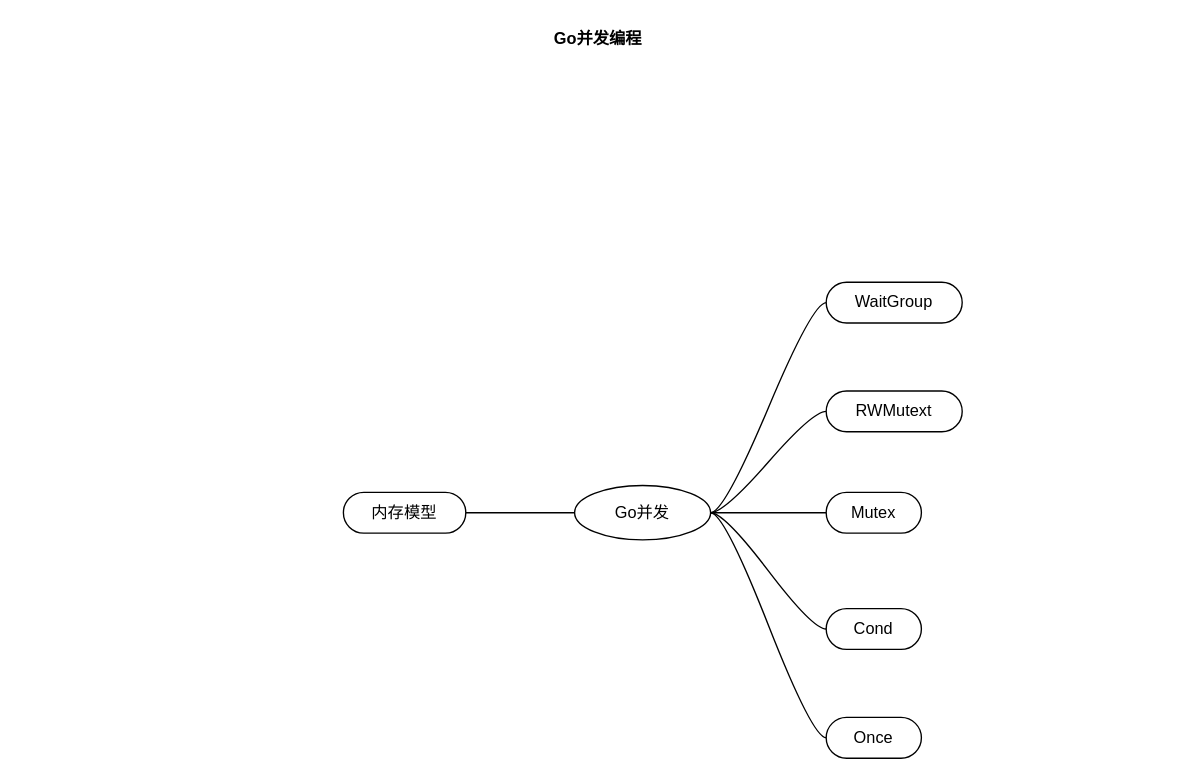
The draw.io diagram golang/go并发.drawio in zhovdawei/draw, before the edit. Source tidied: cells renumbered, new cells numbered last; positions are measured from the earlier drawing's top-left corner, leaving out a move shared by most shapes. Both pictures are drawn from the tidied source at 136%, with x=0, y=0 at pixel (23, 23).
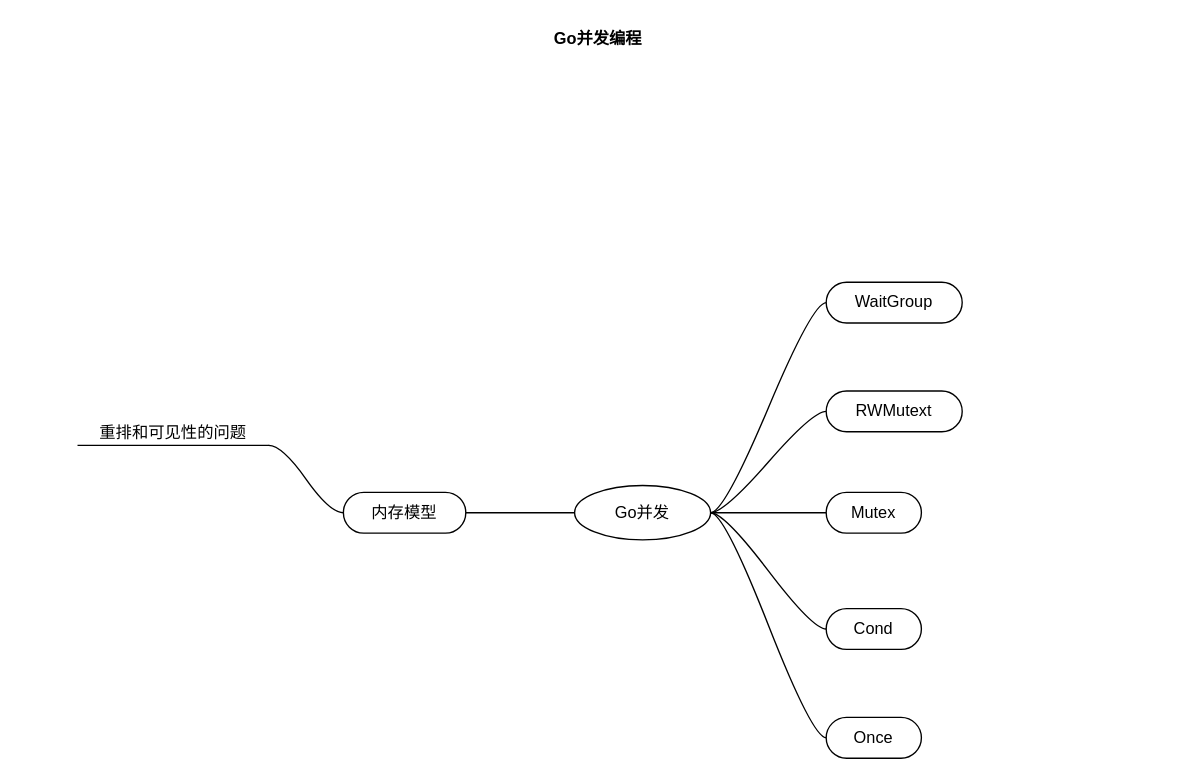
After the change.

Diff of the diagram source:
```diff
@@
 <mxGraphModel>
   <root>
     <mxCell id="0" />
     <mxCell id="1" parent="0" />
     <mxCell id="2" value="Go并发编程" style="swimlane;startSize=20;horizontal=1;containerType=tree;swimlaneLine=0;strokeColor=none;" parent="1" vertex="1">
       <mxGeometry width="845" height="539.5" as="geometry" />
     </mxCell>
     <mxCell id="3" value="Go并发" style="ellipse;whiteSpace=wrap;html=1;align=center;newEdgeStyle={&quot;edgeStyle&quot;:&quot;entityRelationEdgeStyle&quot;,&quot;startArrow&quot;:&quot;none&quot;,&quot;endArrow&quot;:&quot;none&quot;,&quot;segment&quot;:10,&quot;curved&quot;:1};" parent="2" vertex="1">
       <mxGeometry x="405" y="339.5" width="100" height="40" as="geometry" />
     </mxCell>
     <mxCell id="4" value="WaitGroup" style="whiteSpace=wrap;html=1;rounded=1;arcSize=50;align=center;verticalAlign=middle;strokeWidth=1;spacing=4;newEdgeStyle={&quot;edgeStyle&quot;:&quot;entityRelationEdgeStyle&quot;,&quot;startArrow&quot;:&quot;none&quot;,&quot;endArrow&quot;:&quot;none&quot;,&quot;segment&quot;:10,&quot;curved&quot;:1};" parent="2" vertex="1">
       <mxGeometry x="590" y="190" width="100" height="30" as="geometry" />
     </mxCell>
     <mxCell id="5" style="edgeStyle=entityRelationEdgeStyle;startArrow=none;endArrow=none;segment=10;curved=1;rounded=0;" parent="2" edge="1" source="3" target="4">
       <mxGeometry relative="1" as="geometry" />
     </mxCell>
     <mxCell id="6" style="edgeStyle=entityRelationEdgeStyle;startArrow=none;endArrow=none;segment=10;curved=1;rounded=0;" parent="2" edge="1" source="3" target="7">
       <mxGeometry relative="1" as="geometry" />
     </mxCell>
     <mxCell id="7" value="Mutex" style="whiteSpace=wrap;html=1;rounded=1;arcSize=50;align=center;verticalAlign=middle;strokeWidth=1;spacing=4;newEdgeStyle={&quot;edgeStyle&quot;:&quot;entityRelationEdgeStyle&quot;,&quot;startArrow&quot;:&quot;none&quot;,&quot;endArrow&quot;:&quot;none&quot;,&quot;segment&quot;:10,&quot;curved&quot;:1};direction=west;" parent="2" vertex="1">
       <mxGeometry x="590" y="344.5" width="70" height="30" as="geometry" />
     </mxCell>
     <mxCell id="8" style="edgeStyle=entityRelationEdgeStyle;startArrow=none;endArrow=none;segment=10;curved=1;rounded=0;" parent="2" edge="1" source="3" target="9">
       <mxGeometry relative="1" as="geometry" />
     </mxCell>
     <mxCell id="9" value="Cond" style="whiteSpace=wrap;html=1;rounded=1;arcSize=50;align=center;verticalAlign=middle;strokeWidth=1;spacing=4;newEdgeStyle={&quot;edgeStyle&quot;:&quot;entityRelationEdgeStyle&quot;,&quot;startArrow&quot;:&quot;none&quot;,&quot;endArrow&quot;:&quot;none&quot;,&quot;segment&quot;:10,&quot;curved&quot;:1};" parent="2" vertex="1">
       <mxGeometry x="590" y="430" width="70" height="30" as="geometry" />
     </mxCell>
     <mxCell id="10" style="edgeStyle=entityRelationEdgeStyle;startArrow=none;endArrow=none;segment=10;curved=1;rounded=0;" parent="2" edge="1" source="3" target="11">
       <mxGeometry relative="1" as="geometry" />
     </mxCell>
     <mxCell id="11" value="Once" style="whiteSpace=wrap;html=1;rounded=1;arcSize=50;align=center;verticalAlign=middle;strokeWidth=1;spacing=4;newEdgeStyle={&quot;edgeStyle&quot;:&quot;entityRelationEdgeStyle&quot;,&quot;startArrow&quot;:&quot;none&quot;,&quot;endArrow&quot;:&quot;none&quot;,&quot;segment&quot;:10,&quot;curved&quot;:1};" parent="2" vertex="1">
       <mxGeometry x="590" y="510" width="70" height="30" as="geometry" />
     </mxCell>
     <mxCell id="12" style="edgeStyle=entityRelationEdgeStyle;startArrow=none;endArrow=none;segment=10;curved=1;rounded=0;" parent="2" edge="1" source="3" target="13">
       <mxGeometry relative="1" as="geometry" />
     </mxCell>
     <mxCell id="13" value="RWMutext" style="whiteSpace=wrap;html=1;rounded=1;arcSize=50;align=center;verticalAlign=middle;strokeWidth=1;spacing=4;newEdgeStyle={&quot;edgeStyle&quot;:&quot;entityRelationEdgeStyle&quot;,&quot;startArrow&quot;:&quot;none&quot;,&quot;endArrow&quot;:&quot;none&quot;,&quot;segment&quot;:10,&quot;curved&quot;:1};" parent="2" vertex="1">
       <mxGeometry x="590" y="270" width="100" height="30" as="geometry" />
     </mxCell>
     <mxCell id="14" style="edgeStyle=entityRelationEdgeStyle;startArrow=none;endArrow=none;segment=10;curved=1;rounded=0;" parent="2" edge="1" source="3" target="15">
       <mxGeometry relative="1" as="geometry" />
     </mxCell>
     <mxCell id="15" value="内存模型" style="whiteSpace=wrap;html=1;rounded=1;arcSize=50;align=center;verticalAlign=middle;strokeWidth=1;spacing=4;newEdgeStyle={&quot;edgeStyle&quot;:&quot;entityRelationEdgeStyle&quot;,&quot;startArrow&quot;:&quot;none&quot;,&quot;endArrow&quot;:&quot;none&quot;,&quot;segment&quot;:10,&quot;curved&quot;:1};" parent="2" vertex="1">
       <mxGeometry x="235" y="344.5" width="90" height="30" as="geometry" />
     </mxCell>
+    <mxCell id="16" value="重排和可见性的问题" style="whiteSpace=wrap;html=1;shape=partialRectangle;top=0;left=0;bottom=1;right=0;points=[[0,1],[1,1]];fillColor=none;align=center;verticalAlign=bottom;routingCenterY=0.5;snapToPoint=1;newEdgeStyle={&quot;edgeStyle&quot;:&quot;entityRelationEdgeStyle&quot;,&quot;startArrow&quot;:&quot;none&quot;,&quot;endArrow&quot;:&quot;none&quot;,&quot;segment&quot;:10,&quot;curved&quot;:1};" parent="2" vertex="1">
+      <mxGeometry x="40" y="290" width="140" height="20" as="geometry" />
+    </mxCell>
+    <mxCell id="17" style="edgeStyle=entityRelationEdgeStyle;startArrow=none;endArrow=none;segment=10;curved=1;rounded=0;exitX=0;exitY=0.5;exitDx=0;exitDy=0;" parent="2" edge="1" source="15" target="16">
+      <mxGeometry relative="1" as="geometry" />
+    </mxCell>
   </root>
 </mxGraphModel>
```
